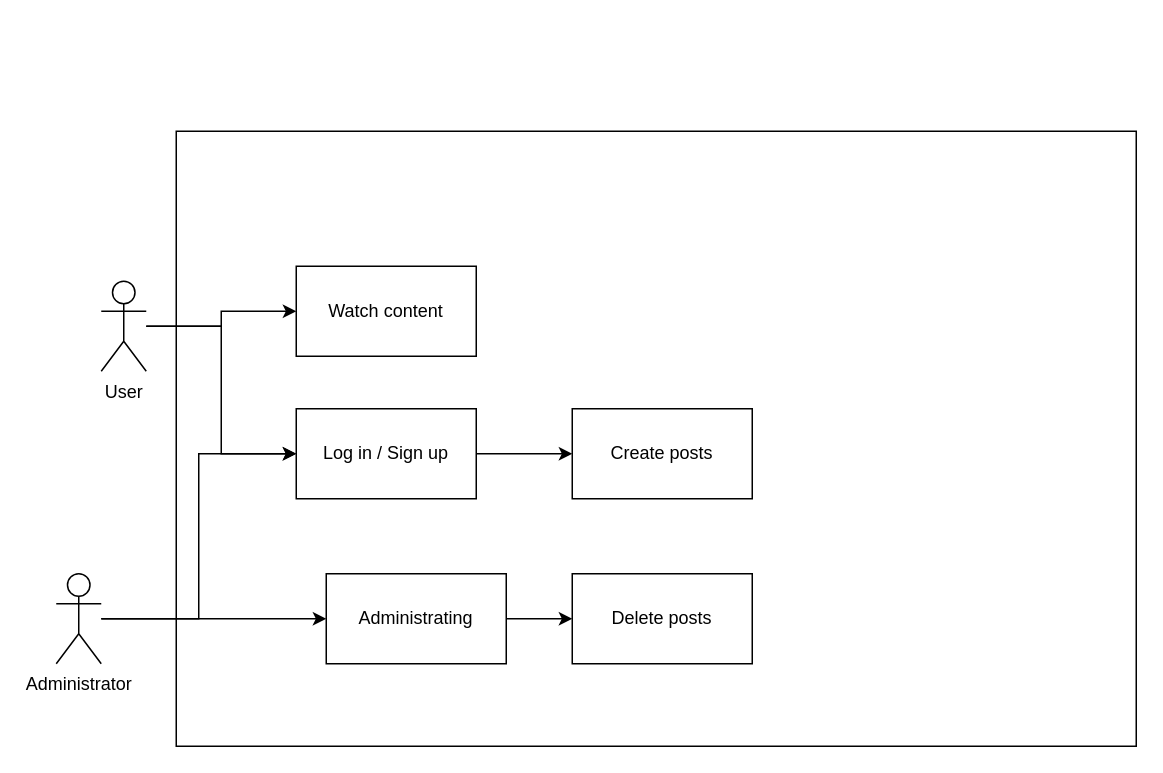
Earlier version of the draw.io diagram Диаграмма без названия.drawio (LegendaryMouse/database). Source tidied: cells renumbered, new cells numbered last; positions are measured from the earlier drawing's top-left corner, leaving out a move shared by most shapes. Both pictures are drawn from the tidied source at 150%, with x=0, y=0 at pixel (56, 130).
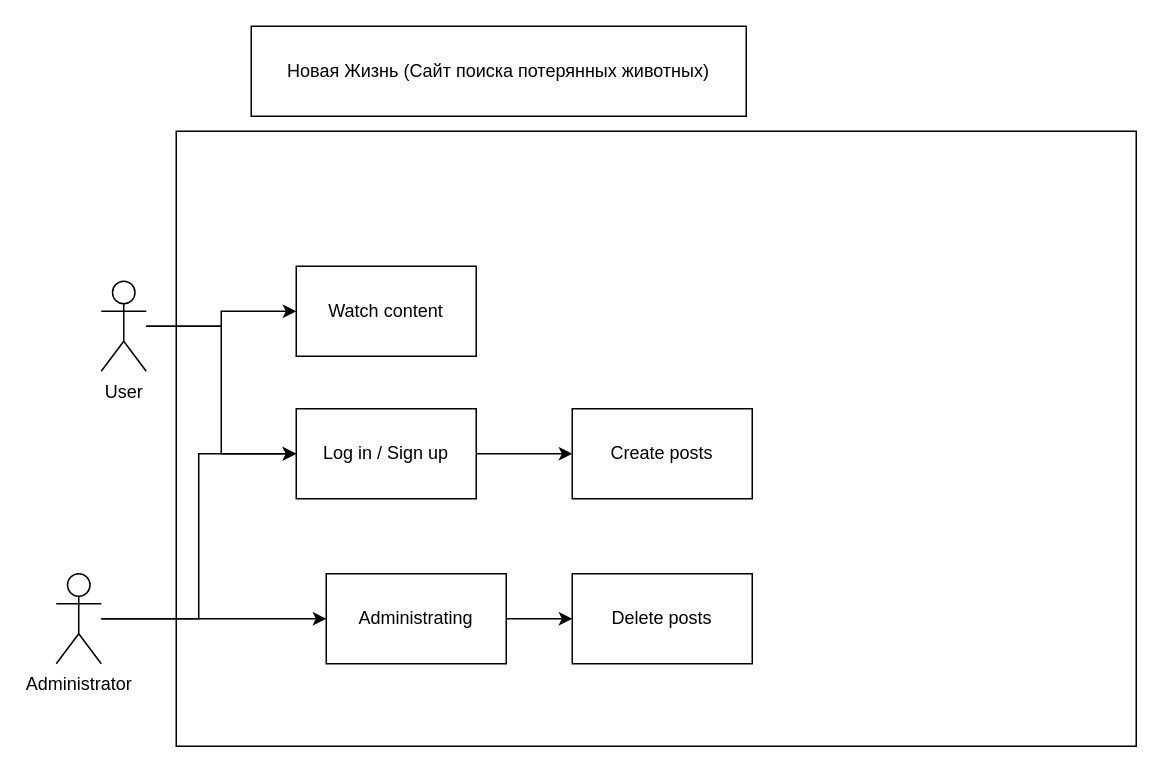
The same diagram, later.

The edit, as a diff of the source:
```diff
@@
 <mxGraphModel>
   <root>
     <mxCell id="0" />
     <mxCell id="1" parent="0" />
     <mxCell id="2" style="edgeStyle=orthogonalEdgeStyle;rounded=0;jettySize=auto;html=1;" parent="1" edge="1" source="4" target="10">
       <mxGeometry relative="1" as="geometry" />
     </mxCell>
     <mxCell id="3" style="edgeStyle=orthogonalEdgeStyle;rounded=0;jettySize=auto;html=1;entryX=0;entryY=0.5;entryDx=0;entryDy=0;" parent="1" edge="1" source="4" target="12">
       <mxGeometry relative="1" as="geometry" />
     </mxCell>
     <mxCell id="4" value="Administrator" style="shape=umlActor;verticalLabelPosition=bottom;verticalAlign=top;html=1;outlineConnect=0;" parent="1" vertex="1">
       <mxGeometry y="295" width="30" height="60" as="geometry" />
     </mxCell>
     <mxCell id="5" style="edgeStyle=orthogonalEdgeStyle;rounded=0;jettySize=auto;html=1;entryX=0;entryY=0.5;entryDx=0;entryDy=0;" parent="1" edge="1" source="7" target="12">
       <mxGeometry relative="1" as="geometry" />
     </mxCell>
     <mxCell id="6" style="edgeStyle=orthogonalEdgeStyle;rounded=0;jettySize=auto;html=1;" parent="1" edge="1" source="7" target="13">
       <mxGeometry relative="1" as="geometry" />
     </mxCell>
     <mxCell id="7" value="User" style="shape=umlActor;verticalLabelPosition=bottom;verticalAlign=top;html=1;outlineConnect=0;" parent="1" vertex="1">
       <mxGeometry x="30" y="100" width="30" height="60" as="geometry" />
     </mxCell>
     <mxCell id="8" style="rounded=0;whiteSpace=wrap;html=1;fillColor=none;" parent="1" vertex="1">
       <mxGeometry x="80" width="640" height="410" as="geometry" />
     </mxCell>
     <mxCell id="9" style="edgeStyle=orthogonalEdgeStyle;rounded=0;jettySize=auto;html=1;" parent="1" edge="1" source="10" target="15">
       <mxGeometry relative="1" as="geometry" />
     </mxCell>
     <mxCell id="10" value="Administrating" style="rounded=0;whiteSpace=wrap;html=1;fillColor=none;" parent="1" vertex="1">
       <mxGeometry x="180" y="295" width="120" height="60" as="geometry" />
     </mxCell>
     <mxCell id="11" style="edgeStyle=orthogonalEdgeStyle;rounded=0;jettySize=auto;html=1;" parent="1" edge="1" source="12" target="14">
       <mxGeometry relative="1" as="geometry" />
     </mxCell>
     <mxCell id="12" value="Log in / Sign up" style="rounded=0;whiteSpace=wrap;html=1;" parent="1" vertex="1">
       <mxGeometry x="160" y="185" width="120" height="60" as="geometry" />
     </mxCell>
     <mxCell id="13" value="Watch content" style="rounded=0;whiteSpace=wrap;html=1;" parent="1" vertex="1">
       <mxGeometry x="160" y="90" width="120" height="60" as="geometry" />
     </mxCell>
     <mxCell id="14" value="Create posts" style="rounded=0;whiteSpace=wrap;html=1;" parent="1" vertex="1">
       <mxGeometry x="344" y="185" width="120" height="60" as="geometry" />
     </mxCell>
     <mxCell id="15" value="Delete posts" style="rounded=0;whiteSpace=wrap;html=1;" parent="1" vertex="1">
       <mxGeometry x="344" y="295" width="120" height="60" as="geometry" />
     </mxCell>
+    <mxCell id="16" value="Новая Жизнь (Сайт поиска потерянных животных)" style="rounded=0;whiteSpace=wrap;html=1;fillColor=none;" parent="1" vertex="1">
+      <mxGeometry x="130" y="-70" width="330" height="60" as="geometry" />
+    </mxCell>
   </root>
 </mxGraphModel>
```
